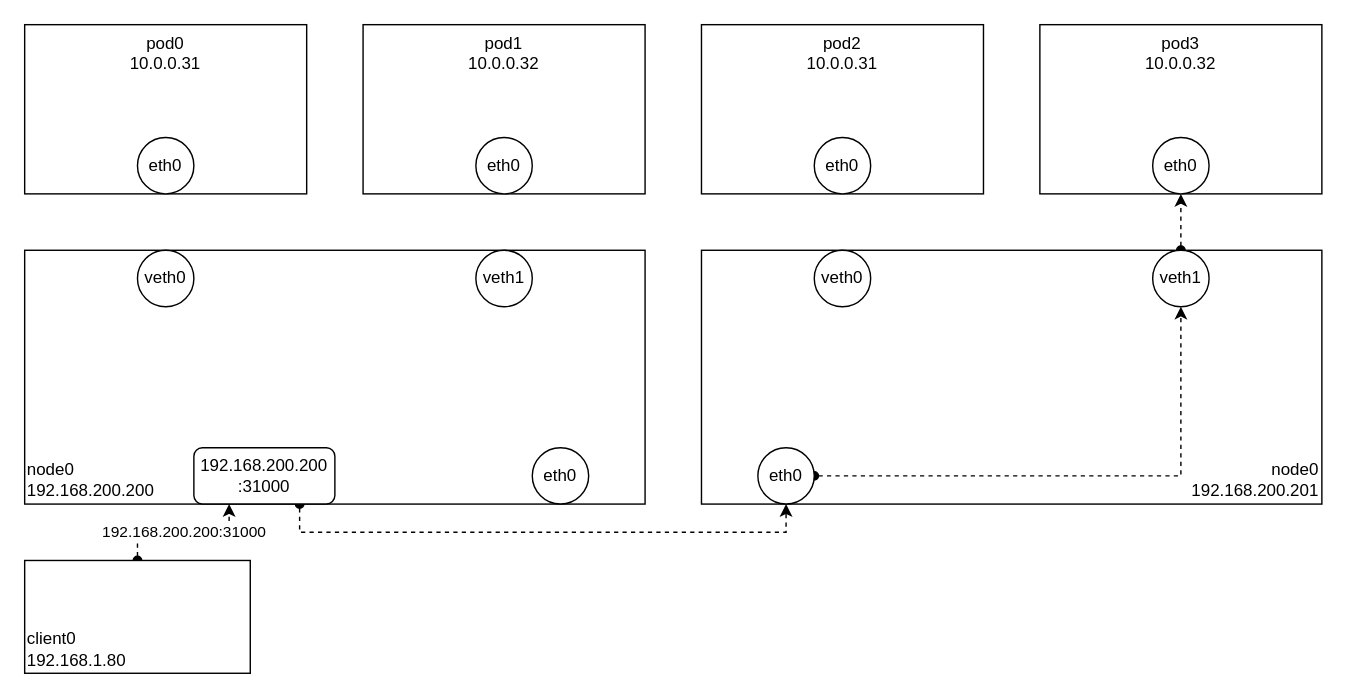
This is page "nodeport" (1 of 5) of k8s/kafka.optimize.loadbalancer/loadbalancer.drawio from haruband/codebook, a draw.io file, before an edit. Source tidied: cells renumbered, new cells numbered last; positions are measured from the earlier drawing's top-left corner, leaving out a move shared by most shapes. Both pictures are drawn from the tidied source at 141%, with x=0, y=0 at pixel (24, 24).
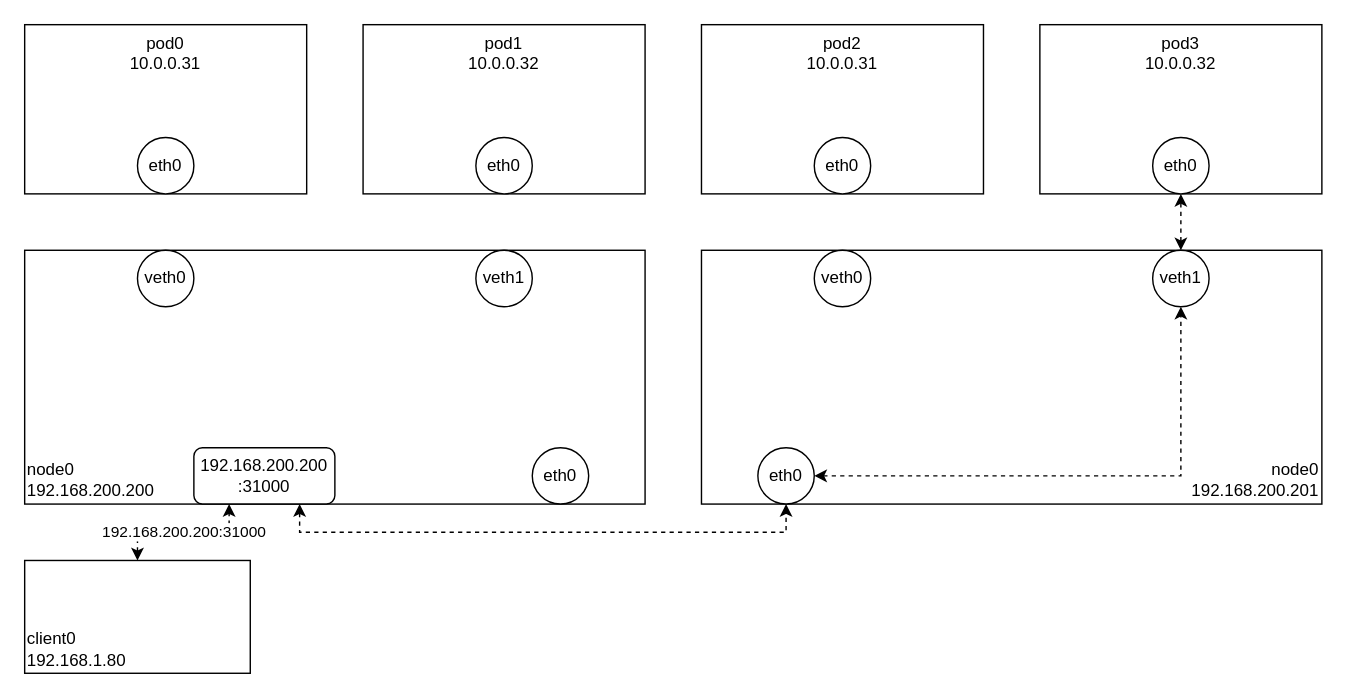
After the change.

The change refers to these unchanged cells:
```xml
<mxCell id="14" value="eth0" style="ellipse;whiteSpace=wrap;html=1;fontSize=12;" parent="1" vertex="1">
  <mxGeometry x="800" y="80" width="40" height="40" as="geometry" />
</mxCell>
<mxCell id="16" value="veth1" style="ellipse;whiteSpace=wrap;html=1;fontSize=12;" parent="1" vertex="1">
  <mxGeometry x="800" y="160" width="40" height="40" as="geometry" />
</mxCell>
<mxCell id="18" value="192.168.200.200&lt;br&gt;:31000" style="rounded=1;whiteSpace=wrap;html=1;" parent="1" vertex="1">
  <mxGeometry x="120" y="300" width="100" height="40" as="geometry" />
</mxCell>
<mxCell id="20" value="client0&lt;br&gt;192.168.1.80" style="rounded=0;whiteSpace=wrap;html=1;verticalAlign=bottom;labelPosition=center;verticalLabelPosition=middle;align=left;" parent="1" vertex="1">
  <mxGeometry y="380" width="160" height="80" as="geometry" />
</mxCell>
<mxCell id="22" value="eth0" style="ellipse;whiteSpace=wrap;html=1;fontSize=12;" parent="1" vertex="1">
  <mxGeometry x="520" y="300" width="40" height="40" as="geometry" />
</mxCell>
```

What changed in the source:
```diff
@@
-    <mxCell id="15" style="edgeStyle=orthogonalEdgeStyle;shape=connector;rounded=0;jettySize=auto;html=1;exitX=0.5;exitY=0;exitDx=0;exitDy=0;entryX=0.5;entryY=1;entryDx=0;entryDy=0;dashed=1;labelBackgroundColor=default;strokeColor=default;fontFamily=Helvetica;fontSize=11;fontColor=default;startArrow=oval;startFill=1;endArrow=classic;" parent="1" edge="1" source="16" target="14">
+    <mxCell id="15" style="edgeStyle=orthogonalEdgeStyle;shape=connector;rounded=0;jettySize=auto;html=1;exitX=0.5;exitY=0;exitDx=0;exitDy=0;entryX=0.5;entryY=1;entryDx=0;entryDy=0;dashed=1;labelBackgroundColor=default;strokeColor=default;fontFamily=Helvetica;fontSize=11;fontColor=default;startArrow=classic;startFill=1;endArrow=classic;" parent="1" edge="1" source="16" target="14">
       <mxGeometry relative="1" as="geometry" />
     </mxCell>
@@
-    <mxCell id="17" style="edgeStyle=orthogonalEdgeStyle;shape=connector;rounded=0;jettySize=auto;html=1;exitX=0.75;exitY=1;exitDx=0;exitDy=0;entryX=0.5;entryY=1;entryDx=0;entryDy=0;dashed=1;labelBackgroundColor=default;strokeColor=default;fontFamily=Helvetica;fontSize=11;fontColor=default;startArrow=oval;startFill=1;endArrow=classic;" parent="1" edge="1" source="18" target="22">
+    <mxCell id="17" style="edgeStyle=orthogonalEdgeStyle;shape=connector;rounded=0;jettySize=auto;html=1;exitX=0.75;exitY=1;exitDx=0;exitDy=0;entryX=0.5;entryY=1;entryDx=0;entryDy=0;dashed=1;labelBackgroundColor=default;strokeColor=default;fontFamily=Helvetica;fontSize=11;fontColor=default;startArrow=classic;startFill=1;endArrow=classic;" parent="1" edge="1" source="18" target="22">
       <mxGeometry relative="1" as="geometry" />
     </mxCell>
@@
-    <mxCell id="19" value="192.168.200.200:31000" style="edgeStyle=orthogonalEdgeStyle;shape=connector;rounded=0;jettySize=auto;html=1;exitX=0.5;exitY=0;exitDx=0;exitDy=0;entryX=0.25;entryY=1;entryDx=0;entryDy=0;dashed=1;labelBackgroundColor=default;strokeColor=default;fontFamily=Helvetica;fontSize=11;fontColor=default;startArrow=oval;startFill=1;endArrow=classic;" parent="1" edge="1" source="20" target="18">
+    <mxCell id="19" value="192.168.200.200:31000" style="edgeStyle=orthogonalEdgeStyle;shape=connector;rounded=0;jettySize=auto;html=1;exitX=0.5;exitY=0;exitDx=0;exitDy=0;entryX=0.25;entryY=1;entryDx=0;entryDy=0;dashed=1;labelBackgroundColor=default;strokeColor=default;fontFamily=Helvetica;fontSize=11;fontColor=default;startArrow=classic;startFill=1;endArrow=classic;" parent="1" edge="1" source="20" target="18">
       <mxGeometry relative="1" as="geometry" />
     </mxCell>
@@
-    <mxCell id="21" style="edgeStyle=orthogonalEdgeStyle;shape=connector;rounded=0;jettySize=auto;html=1;exitX=1;exitY=0.5;exitDx=0;exitDy=0;entryX=0.5;entryY=1;entryDx=0;entryDy=0;dashed=1;labelBackgroundColor=default;strokeColor=default;fontFamily=Helvetica;fontSize=11;fontColor=default;startArrow=oval;startFill=1;endArrow=classic;" parent="1" edge="1" source="22" target="16">
+    <mxCell id="21" style="edgeStyle=orthogonalEdgeStyle;shape=connector;rounded=0;jettySize=auto;html=1;exitX=1;exitY=0.5;exitDx=0;exitDy=0;entryX=0.5;entryY=1;entryDx=0;entryDy=0;dashed=1;labelBackgroundColor=default;strokeColor=default;fontFamily=Helvetica;fontSize=11;fontColor=default;startArrow=classic;startFill=1;endArrow=classic;" parent="1" edge="1" source="22" target="16">
       <mxGeometry relative="1" as="geometry" />
     </mxCell>
```
